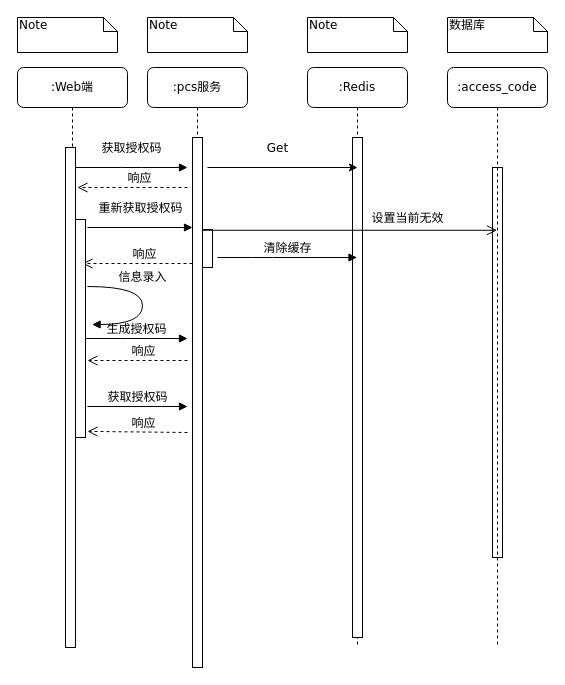
The draw.io diagram craft/reset_ssh_flow.drawio in feihu618/drawio, before the edit. Source tidied: cells renumbered, new cells numbered last; positions are measured from the earlier drawing's top-left corner, leaving out a move shared by most shapes. Both pictures are drawn from the tidied source at 100%, with x=0, y=0 at pixel (17, 17).
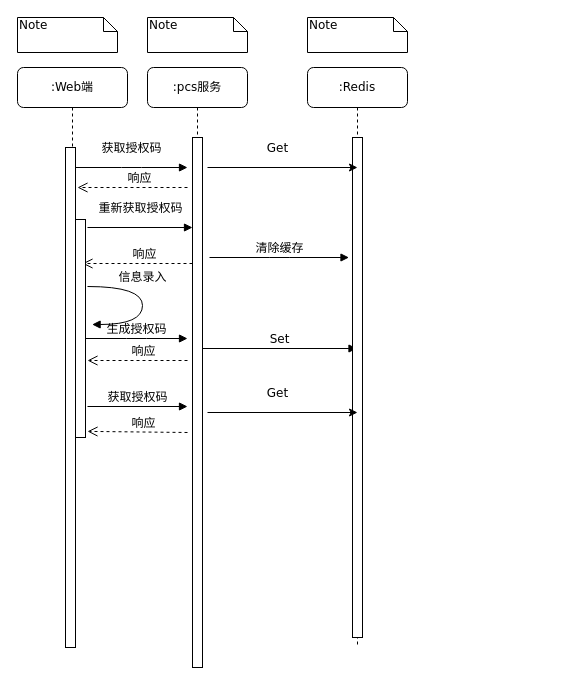
Above is the later version.

The change refers to these unchanged cells:
```xml
<mxCell id="3" value=":pcs服务" style="shape=umlLifeline;perimeter=lifelinePerimeter;whiteSpace=wrap;html=1;rounded=1;shadow=0;comic=0;labelBackgroundColor=none;strokeWidth=1;fontFamily=Verdana;fontSize=12;align=center;" parent="1" vertex="1">
  <mxGeometry x="130" y="50" width="100" height="600" as="geometry" />
</mxCell>
<mxCell id="4" style="html=1;points=[];perimeter=orthogonalPerimeter;rounded=0;shadow=0;comic=0;labelBackgroundColor=none;strokeWidth=1;fontFamily=Verdana;fontSize=12;align=center;" parent="3" vertex="1">
  <mxGeometry x="45" y="70" width="10" height="530" as="geometry" />
</mxCell>
<mxCell id="10" value=":Redis" style="shape=umlLifeline;perimeter=lifelinePerimeter;whiteSpace=wrap;html=1;outlineConnect=0;rounded=1;shadow=0;comic=0;labelBackgroundColor=none;strokeWidth=1;fontFamily=Verdana;fontSize=12;align=center;" parent="1" vertex="1">
  <mxGeometry x="290" y="50" width="100" height="580" as="geometry" />
</mxCell>
```

Diff of the diagram source:
```diff
@@
-    <mxCell id="2" style="html=1;perimeter=orthogonalPerimeter;rounded=0;shadow=0;comic=0;labelBackgroundColor=none;strokeWidth=1;fontFamily=Verdana;fontSize=12;align=center;" parent="1" vertex="1">
-      <mxGeometry x="475" y="150" width="10" height="390" as="geometry" />
-    </mxCell>
@@
-    <mxCell id="5" style="html=1;perimeter=orthogonalPerimeter;rounded=0;shadow=0;comic=0;labelBackgroundColor=none;strokeWidth=1;fontFamily=Verdana;fontSize=12;align=center;" parent="3" vertex="1">
-      <mxGeometry x="55" y="190" width="10" height="10" as="geometry" />
-    </mxCell>
@@
-    <mxCell id="9" style="html=1;perimeter=orthogonalPerimeter;rounded=0;shadow=0;comic=0;labelBackgroundColor=none;strokeWidth=1;fontFamily=Verdana;fontSize=12;align=center;" parent="3" vertex="1">
-      <mxGeometry x="55" y="162" width="10" height="38" as="geometry" />
-    </mxCell>
+    <mxCell id="30" value="&lt;div class=&quot;lake-content&quot;&gt;Set&lt;/div&gt;" style="html=1;verticalAlign=bottom;endArrow=block;labelBackgroundColor=none;fontFamily=Verdana;fontSize=12;edgeStyle=elbowEdgeStyle;elbow=vertical;" parent="3" edge="1" target="10">
+      <mxGeometry relative="1" as="geometry">
+        <mxPoint x="55" y="281" as="sourcePoint" />
+      </mxGeometry>
+    </mxCell>
@@
-    <mxCell id="12" value=":access_code" style="shape=umlLifeline;perimeter=lifelinePerimeter;whiteSpace=wrap;html=1;outlineConnect=0;rounded=1;shadow=0;comic=0;labelBackgroundColor=none;strokeWidth=1;fontFamily=Verdana;fontSize=12;align=center;" parent="1" vertex="1">
-      <mxGeometry x="430" y="50" width="100" height="580" as="geometry" />
-    </mxCell>
@@
-    <mxCell id="23" value="数据库" style="shape=note;whiteSpace=wrap;html=1;size=14;verticalAlign=top;align=left;spacingTop=-6;rounded=0;shadow=0;comic=0;labelBackgroundColor=none;strokeWidth=1;fontFamily=Verdana;fontSize=12;" parent="1" vertex="1">
-      <mxGeometry x="430" width="100" height="35" as="geometry" />
-    </mxCell>
@@
-    <mxCell id="28" value="设置当前无效" style="html=1;verticalAlign=bottom;endArrow=open;endSize=8;labelBackgroundColor=none;fontFamily=Verdana;fontSize=12;exitX=1;exitY=0.175;exitDx=0;exitDy=0;exitPerimeter=0;" parent="1" edge="1" source="4" target="12">
-      <mxGeometry x="0.39" y="3" relative="1" as="geometry" />
-    </mxCell>
-    <mxCell id="29" value="&lt;div class=&quot;lake-content&quot;&gt;&lt;span class=&quot;ne-text&quot;&gt;清除缓存&lt;/span&gt;&lt;/div&gt;" style="html=1;verticalAlign=bottom;endArrow=block;labelBackgroundColor=none;fontFamily=Verdana;fontSize=12;edgeStyle=elbowEdgeStyle;elbow=vertical;" parent="1" edge="1" target="10">
+    <mxCell id="29" value="&lt;div class=&quot;lake-content&quot;&gt;&lt;span class=&quot;ne-text&quot;&gt;清除缓存&lt;/span&gt;&lt;/div&gt;" style="html=1;verticalAlign=bottom;endArrow=block;labelBackgroundColor=none;fontFamily=Verdana;fontSize=12;edgeStyle=elbowEdgeStyle;elbow=vertical;" parent="1" edge="1">
       <mxGeometry relative="1" as="geometry">
-        <mxPoint x="200" y="240" as="sourcePoint" />
+        <mxPoint x="192" y="240" as="sourcePoint" />
+        <mxPoint x="331.5" y="240" as="targetPoint" />
       </mxGeometry>
     </mxCell>
+    <mxCell id="31" value="Get" style="html=1;verticalAlign=bottom;endArrow=none;endSize=8;labelBackgroundColor=none;fontFamily=Verdana;fontSize=12;startArrow=classic;startFill=1;endFill=0;" parent="1" edge="1">
+      <mxGeometry x="0.07" y="-10" relative="1" as="geometry">
+        <mxPoint x="340" y="395" as="sourcePoint" />
+        <mxPoint x="190" y="395" as="targetPoint" />
+      </mxGeometry>
+    </mxCell>
```
